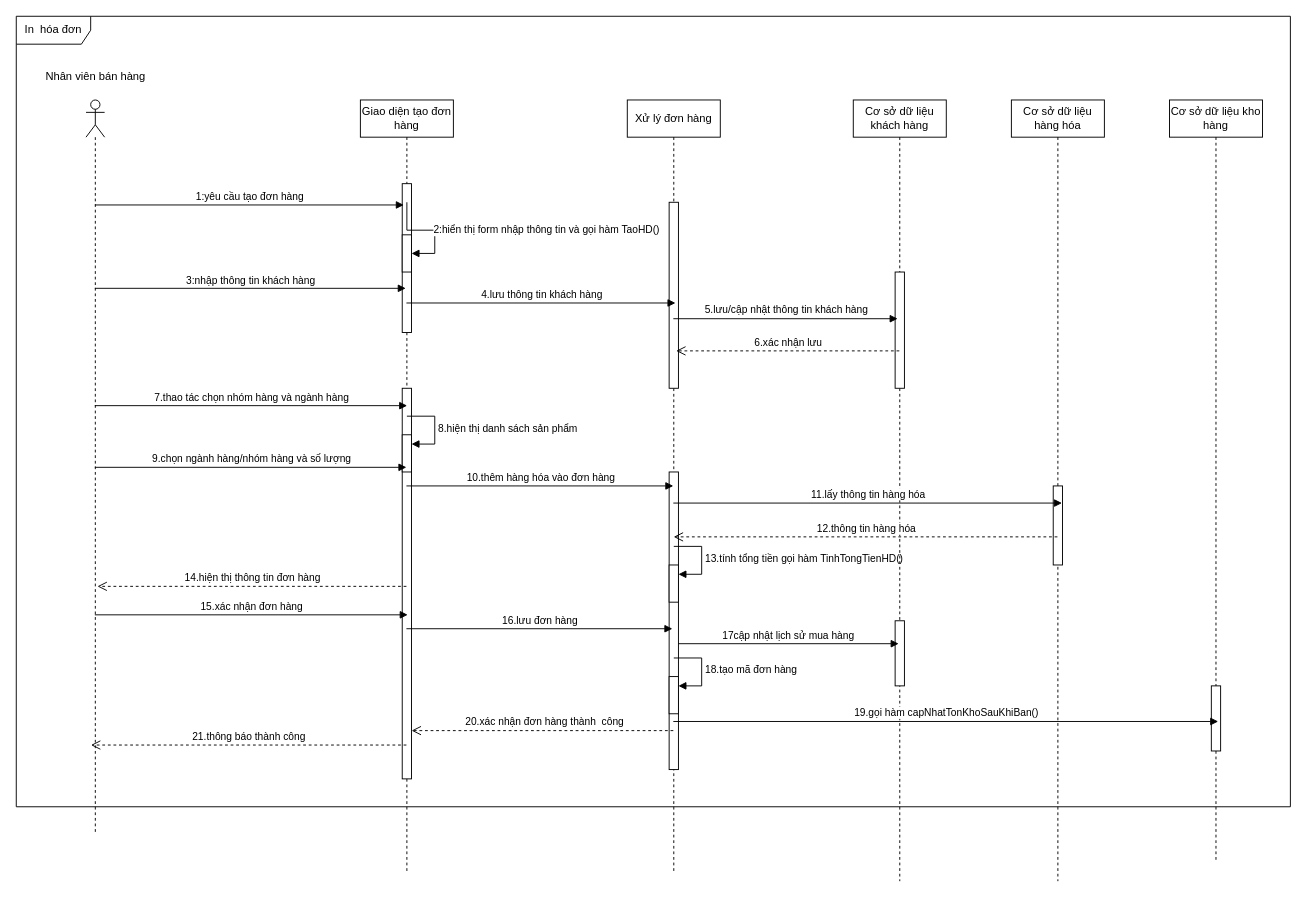
This is NVBH sequence.drawio from RomJoke/K, a draw.io file, before an edit. Source tidied: cells renumbered, new cells numbered last; positions are measured from the earlier drawing's top-left corner, leaving out a move shared by most shapes. Both pictures are drawn from the tidied source at 93%, with x=0, y=0 at pixel (16, 16).
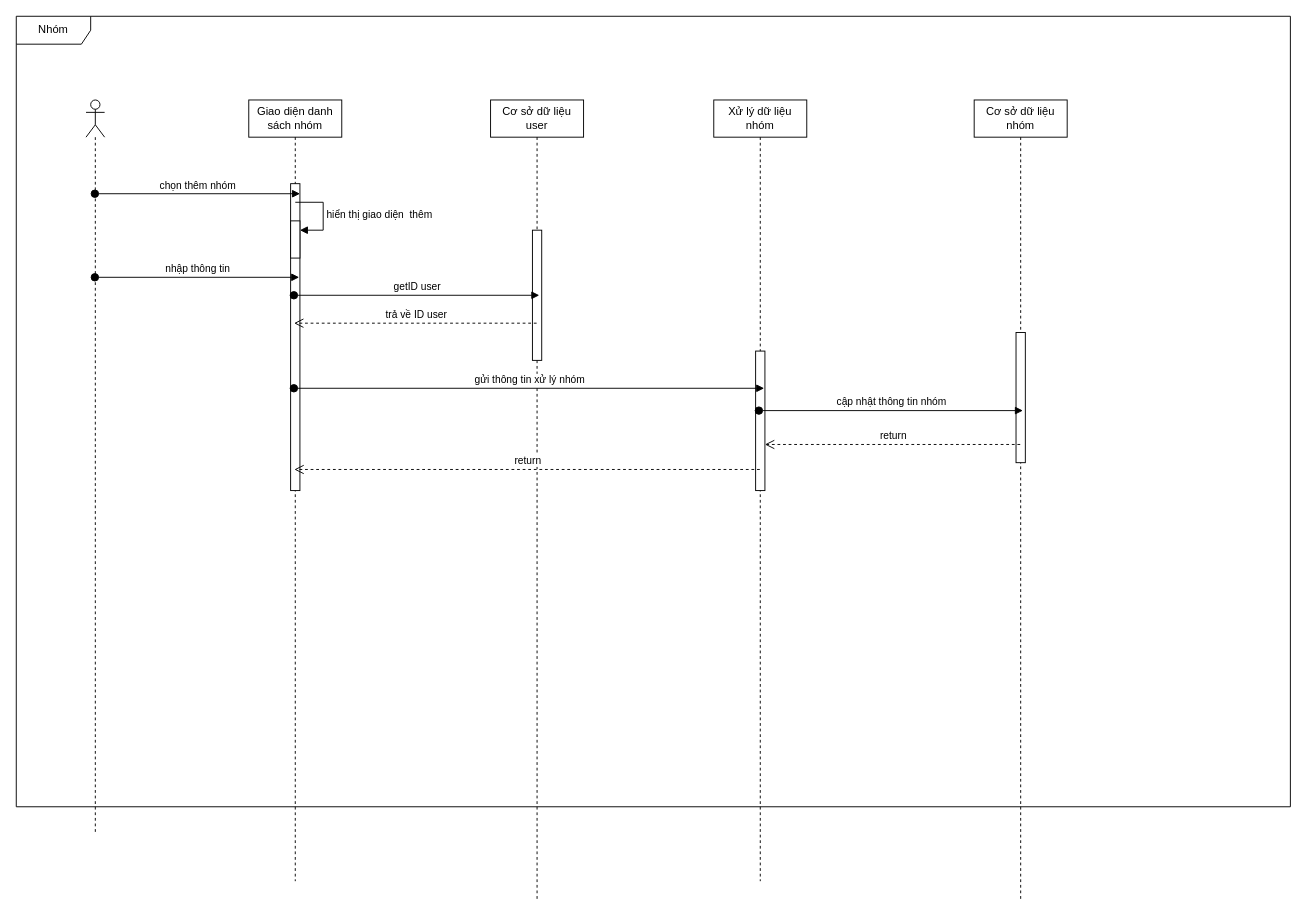
Above is the later version.

Unchanged cells that the change refers to:
```xml
<mxCell id="3" style="shape=umlLifeline;perimeter=lifelinePerimeter;whiteSpace=wrap;html=1;outlineConnect=0;portConstraint=eastwest;newEdgeStyle={&quot;curved&quot;:0,&quot;rounded&quot;:0};participant=umlActor;size=40;" parent="1" vertex="1">
  <mxGeometry x="75" y="90" width="20" height="790" as="geometry" />
</mxCell>
```

The edit, as a diff of the source:
```diff
@@
-    <mxCell id="2" value="In&amp;nbsp; hóa đơn" style="shape=umlFrame;whiteSpace=wrap;html=1;width=80;height=30;" parent="1" vertex="1">
+    <mxCell id="2" value="Nhóm" style="shape=umlFrame;whiteSpace=wrap;html=1;width=80;height=30;" parent="1" vertex="1">
       <mxGeometry width="1370" height="850" as="geometry" />
     </mxCell>
@@
-    <mxCell id="4" value="Nhân viên bán hàng" style="text;html=1;align=center;verticalAlign=middle;strokeColor=none;fillColor=none;" parent="1" vertex="1">
-      <mxGeometry x="20" y="50" width="130" height="30" as="geometry" />
-    </mxCell>
-    <mxCell id="5" value="Giao diện tạo đơn hàng" style="shape=umlLifeline;perimeter=lifelinePerimeter;whiteSpace=wrap;html=1;outlineConnect=0;portConstraint=eastwest;newEdgeStyle={&quot;curved&quot;:0,&quot;rounded&quot;:0};" parent="1" vertex="1">
-      <mxGeometry x="370" y="90" width="100" height="830" as="geometry" />
-    </mxCell>
-    <mxCell id="6" style="html=1;points=[[0,0,0,0,5],[0,1,0,0,-5],[1,0,0,0,5],[1,1,0,0,-5]];perimeter=orthogonalPerimeter;outlineConnect=0;targetShapes=umlLifeline;portConstraint=eastwest;newEdgeStyle={&quot;curved&quot;:0,&quot;rounded&quot;:0};" parent="5" vertex="1">
-      <mxGeometry x="45" y="90" width="10" height="160" as="geometry" />
-    </mxCell>
-    <mxCell id="7" style="html=1;points=[[0,0,0,0,5],[0,1,0,0,-5],[1,0,0,0,5],[1,1,0,0,-5]];perimeter=orthogonalPerimeter;outlineConnect=0;targetShapes=umlLifeline;portConstraint=eastwest;newEdgeStyle={&quot;curved&quot;:0,&quot;rounded&quot;:0};" parent="5" vertex="1">
-      <mxGeometry x="45" y="145" width="10" height="40" as="geometry" />
-    </mxCell>
-    <mxCell id="8" value="2:hiển thị form nhập thông tin và gọi hàm TaoHD()" style="html=1;align=left;spacingLeft=2;endArrow=block;rounded=0;edgeStyle=orthogonalEdgeStyle;curved=0;rounded=0;" parent="5" edge="1" target="7">
-      <mxGeometry relative="1" as="geometry">
-        <mxPoint x="50" y="110" as="sourcePoint" />
-        <Array as="points">
-          <mxPoint x="80" y="140" />
-        </Array>
-      </mxGeometry>
-    </mxCell>
-    <mxCell id="9" style="html=1;perimeter=orthogonalPerimeter;targetShapes=umlLifeline;newEdgeStyle={&quot;curved&quot;:0,&quot;rounded&quot;:0};" parent="5" vertex="1">
-      <mxGeometry x="45" y="310" width="10" height="420" as="geometry" />
-    </mxCell>
-    <mxCell id="10" style="html=1;points=[[0,0,0,0,5],[0,1,0,0,-5],[1,0,0,0,5],[1,1,0,0,-5]];perimeter=orthogonalPerimeter;outlineConnect=0;targetShapes=umlLifeline;portConstraint=eastwest;newEdgeStyle={&quot;curved&quot;:0,&quot;rounded&quot;:0};" parent="5" vertex="1">
-      <mxGeometry x="45" y="360" width="10" height="40" as="geometry" />
-    </mxCell>
-    <mxCell id="11" value="8.hiện thị danh sách sản phẩm" style="html=1;align=left;spacingLeft=2;endArrow=block;rounded=0;edgeStyle=orthogonalEdgeStyle;curved=0;rounded=0;" parent="5" edge="1" target="10">
-      <mxGeometry relative="1" as="geometry">
-        <mxPoint x="50" y="340" as="sourcePoint" />
-        <Array as="points">
-          <mxPoint x="80" y="370" />
-        </Array>
-      </mxGeometry>
-    </mxCell>
-    <mxCell id="12" value="Xử lý đơn hàng" style="shape=umlLifeline;perimeter=lifelinePerimeter;whiteSpace=wrap;html=1;outlineConnect=0;portConstraint=eastwest;newEdgeStyle={&quot;curved&quot;:0,&quot;rounded&quot;:0};" parent="1" vertex="1">
-      <mxGeometry x="657" y="90" width="100" height="830" as="geometry" />
-    </mxCell>
-    <mxCell id="13" style="html=1;points=[[0,0,0,0,5],[0,1,0,0,-5],[1,0,0,0,5],[1,1,0,0,-5]];perimeter=orthogonalPerimeter;outlineConnect=0;targetShapes=umlLifeline;portConstraint=eastwest;newEdgeStyle={&quot;curved&quot;:0,&quot;rounded&quot;:0};" parent="12" vertex="1">
-      <mxGeometry x="45" y="110" width="10" height="200" as="geometry" />
-    </mxCell>
-    <mxCell id="14" style="html=1;points=[[0,0,0,0,5],[0,1,0,0,-5],[1,0,0,0,5],[1,1,0,0,-5]];perimeter=orthogonalPerimeter;outlineConnect=0;targetShapes=umlLifeline;portConstraint=eastwest;newEdgeStyle={&quot;curved&quot;:0,&quot;rounded&quot;:0};" parent="12" vertex="1">
-      <mxGeometry x="45" y="400" width="10" height="320" as="geometry" />
-    </mxCell>
-    <mxCell id="15" style="html=1;points=[[0,0,0,0,5],[0,1,0,0,-5],[1,0,0,0,5],[1,1,0,0,-5]];perimeter=orthogonalPerimeter;outlineConnect=0;targetShapes=umlLifeline;portConstraint=eastwest;newEdgeStyle={&quot;curved&quot;:0,&quot;rounded&quot;:0};" parent="12" vertex="1">
-      <mxGeometry x="45" y="500" width="10" height="40" as="geometry" />
-    </mxCell>
-    <mxCell id="16" value="13.tính tổng tiền gọi hàm TinhTongTienHD()" style="html=1;align=left;spacingLeft=2;endArrow=block;rounded=0;edgeStyle=orthogonalEdgeStyle;curved=0;rounded=0;" parent="12" edge="1" target="15">
-      <mxGeometry x="0.01" relative="1" as="geometry">
-        <mxPoint x="50" y="480" as="sourcePoint" />
-        <Array as="points">
-          <mxPoint x="80" y="510" />
-        </Array>
-      </mxGeometry>
-    </mxCell>
-    <mxCell id="17" value="18.tạo mã đơn hàng" style="html=1;align=left;spacingLeft=2;endArrow=block;rounded=0;edgeStyle=orthogonalEdgeStyle;curved=0;rounded=0;" parent="12" edge="1" target="18">
-      <mxGeometry relative="1" as="geometry">
-        <mxPoint x="50" y="600" as="sourcePoint" />
-        <Array as="points">
-          <mxPoint x="80" y="630" />
-        </Array>
-      </mxGeometry>
-    </mxCell>
-    <mxCell id="18" style="html=1;points=[[0,0,0,0,5],[0,1,0,0,-5],[1,0,0,0,5],[1,1,0,0,-5]];perimeter=orthogonalPerimeter;outlineConnect=0;targetShapes=umlLifeline;portConstraint=eastwest;newEdgeStyle={&quot;curved&quot;:0,&quot;rounded&quot;:0};" parent="12" vertex="1">
-      <mxGeometry x="45" y="620" width="10" height="40" as="geometry" />
-    </mxCell>
-    <mxCell id="19" value="Cơ sở dữ liệu khách hàng" style="shape=umlLifeline;perimeter=lifelinePerimeter;whiteSpace=wrap;html=1;outlineConnect=0;portConstraint=eastwest;newEdgeStyle={&quot;curved&quot;:0,&quot;rounded&quot;:0};" parent="1" vertex="1">
-      <mxGeometry x="900" y="90" width="100" height="840" as="geometry" />
-    </mxCell>
-    <mxCell id="20" style="html=1;perimeter=orthogonalPerimeter;targetShapes=umlLifeline;newEdgeStyle={&quot;curved&quot;:0,&quot;rounded&quot;:0};" parent="19" vertex="1">
-      <mxGeometry x="45" y="185" width="10" height="125" as="geometry" />
-    </mxCell>
-    <mxCell id="21" style="html=1;perimeter=orthogonalPerimeter;targetShapes=umlLifeline;newEdgeStyle={&quot;curved&quot;:0,&quot;rounded&quot;:0};" parent="19" vertex="1">
-      <mxGeometry x="45" y="560" width="10" height="70" as="geometry" />
-    </mxCell>
-    <mxCell id="22" value="Cơ sở dữ liệu hàng hóa" style="shape=umlLifeline;perimeter=lifelinePerimeter;whiteSpace=wrap;html=1;outlineConnect=0;portConstraint=eastwest;newEdgeStyle={&quot;curved&quot;:0,&quot;rounded&quot;:0};" parent="1" vertex="1">
-      <mxGeometry x="1070" y="90" width="100" height="840" as="geometry" />
-    </mxCell>
-    <mxCell id="23" style="html=1;perimeter=orthogonalPerimeter;targetShapes=umlLifeline;newEdgeStyle={&quot;curved&quot;:0,&quot;rounded&quot;:0};" parent="22" vertex="1">
-      <mxGeometry x="45" y="415" width="10" height="85" as="geometry" />
-    </mxCell>
-    <mxCell id="24" value="1:yêu cầu tạo đơn hàng" style="html=1;verticalAlign=bottom;endArrow=block;curved=0;rounded=0;entryX=0.172;entryY=0.143;entryDx=0;entryDy=0;entryPerimeter=0;" parent="1" edge="1" source="3" target="6">
-      <mxGeometry relative="1" as="geometry" />
-    </mxCell>
-    <mxCell id="25" value="3:nhập thông tin khách hàng" style="html=1;verticalAlign=bottom;endArrow=block;curved=0;rounded=0;entryX=0.488;entryY=0.244;entryDx=0;entryDy=0;entryPerimeter=0;" parent="1" edge="1" source="3" target="5">
-      <mxGeometry relative="1" as="geometry" />
-    </mxCell>
-    <mxCell id="26" value="4.lưu thông tin khách hàng" style="html=1;verticalAlign=bottom;endArrow=block;curved=0;rounded=0;entryX=0.518;entryY=0.263;entryDx=0;entryDy=0;entryPerimeter=0;" parent="1" edge="1" source="5" target="12">
-      <mxGeometry relative="1" as="geometry" />
-    </mxCell>
-    <mxCell id="27" value="5.lưu/cập nhật thông tin khách hàng" style="html=1;verticalAlign=bottom;endArrow=block;curved=0;rounded=0;entryX=0.477;entryY=0.28;entryDx=0;entryDy=0;entryPerimeter=0;" parent="1" edge="1" source="12" target="19">
-      <mxGeometry relative="1" as="geometry" />
-    </mxCell>
-    <mxCell id="28" value="6.xác nhận lưu" style="html=1;verticalAlign=bottom;endArrow=open;dashed=1;endSize=8;curved=0;rounded=0;entryX=0.755;entryY=0.799;entryDx=0;entryDy=0;entryPerimeter=0;" parent="1" edge="1" source="19" target="13">
-      <mxGeometry relative="1" as="geometry" />
-    </mxCell>
-    <mxCell id="29" value="7.thao tác chọn nhóm hàng và ngành hàng" style="html=1;verticalAlign=bottom;endArrow=block;curved=0;rounded=0;entryX=0.503;entryY=0.396;entryDx=0;entryDy=0;entryPerimeter=0;" parent="1" edge="1" source="3" target="5">
-      <mxGeometry relative="1" as="geometry" />
-    </mxCell>
-    <mxCell id="30" value="9.chọn ngành hàng/nhóm hàng và số lượng" style="html=1;verticalAlign=bottom;endArrow=block;curved=0;rounded=0;" parent="1" edge="1" source="3" target="5">
-      <mxGeometry relative="1" as="geometry" />
-    </mxCell>
-    <mxCell id="31" value="10.thêm hàng hóa vào đơn hàng" style="html=1;verticalAlign=bottom;endArrow=block;curved=0;rounded=0;" parent="1" edge="1" source="5" target="12">
-      <mxGeometry relative="1" as="geometry" />
-    </mxCell>
-    <mxCell id="32" value="11.lấy thông tin hàng hóa" style="html=1;verticalAlign=bottom;endArrow=block;curved=0;rounded=0;entryX=0.544;entryY=0.516;entryDx=0;entryDy=0;entryPerimeter=0;" parent="1" edge="1" source="12" target="22">
-      <mxGeometry relative="1" as="geometry" />
-    </mxCell>
-    <mxCell id="33" value="12.thông tin hàng hóa" style="html=1;verticalAlign=bottom;endArrow=open;dashed=1;endSize=8;curved=0;rounded=0;entryX=0.499;entryY=0.566;entryDx=0;entryDy=0;entryPerimeter=0;" parent="1" edge="1" source="22" target="12">
-      <mxGeometry relative="1" as="geometry" />
-    </mxCell>
-    <mxCell id="34" value="14.hiện thị thông tin đơn hàng" style="html=1;verticalAlign=bottom;endArrow=open;dashed=1;endSize=8;curved=0;rounded=0;entryX=0.615;entryY=0.662;entryDx=0;entryDy=0;entryPerimeter=0;" parent="1" edge="1" source="5" target="3">
-      <mxGeometry relative="1" as="geometry" />
-    </mxCell>
-    <mxCell id="35" value="15.xác nhận đơn hàng" style="html=1;verticalAlign=bottom;endArrow=block;curved=0;rounded=0;entryX=0.509;entryY=0.667;entryDx=0;entryDy=0;entryPerimeter=0;" parent="1" edge="1" source="3" target="5">
-      <mxGeometry relative="1" as="geometry" />
-    </mxCell>
-    <mxCell id="36" value="16.lưu đơn hàng" style="html=1;verticalAlign=bottom;endArrow=block;curved=0;rounded=0;entryX=0.485;entryY=0.685;entryDx=0;entryDy=0;entryPerimeter=0;" parent="1" edge="1" source="5" target="12">
-      <mxGeometry relative="1" as="geometry" />
-    </mxCell>
-    <mxCell id="37" value="17cập nhật lịch sử mua hàng" style="html=1;verticalAlign=bottom;endArrow=block;curved=0;rounded=0;entryX=0.488;entryY=0.696;entryDx=0;entryDy=0;entryPerimeter=0;" parent="1" edge="1" source="14" target="19">
-      <mxGeometry relative="1" as="geometry" />
-    </mxCell>
-    <mxCell id="38" value="20.xác nhận đơn hàng thành&amp;nbsp; công" style="html=1;verticalAlign=bottom;endArrow=open;dashed=1;endSize=8;curved=0;rounded=0;entryX=0.551;entryY=0.817;entryDx=0;entryDy=0;entryPerimeter=0;" parent="1" edge="1" source="12" target="5">
-      <mxGeometry x="-0.01" relative="1" as="geometry" />
-    </mxCell>
-    <mxCell id="39" value="21.thông báo thành công" style="html=1;verticalAlign=bottom;endArrow=open;dashed=1;endSize=8;curved=0;rounded=0;entryX=0.266;entryY=0.878;entryDx=0;entryDy=0;entryPerimeter=0;" parent="1" edge="1" source="5" target="3">
-      <mxGeometry relative="1" as="geometry" />
-    </mxCell>
-    <mxCell id="40" value="Cơ sở dữ liệu kho hàng" style="shape=umlLifeline;perimeter=lifelinePerimeter;whiteSpace=wrap;html=1;outlineConnect=0;portConstraint=eastwest;newEdgeStyle={&quot;curved&quot;:0,&quot;rounded&quot;:0};size=40;" parent="1" vertex="1">
-      <mxGeometry x="1240" y="90" width="100" height="820" as="geometry" />
-    </mxCell>
-    <mxCell id="41" style="html=1;perimeter=orthogonalPerimeter;targetShapes=umlLifeline;newEdgeStyle={&quot;curved&quot;:0,&quot;rounded&quot;:0};" parent="40" vertex="1">
-      <mxGeometry x="45" y="630" width="10" height="70" as="geometry" />
-    </mxCell>
-    <mxCell id="42" value="19.gọi hàm capNhatTonKhoSauKhiBan()" style="html=1;verticalAlign=bottom;endArrow=block;curved=0;rounded=0;entryX=0.524;entryY=0.815;entryDx=0;entryDy=0;entryPerimeter=0;" parent="1" edge="1" source="12" target="40">
-      <mxGeometry relative="1" as="geometry" />
-    </mxCell>
+    <mxCell id="43" value="Giao diện danh sách nhóm" style="shape=umlLifeline;perimeter=lifelinePerimeter;whiteSpace=wrap;html=1;outlineConnect=0;portConstraint=eastwest;newEdgeStyle={&quot;curved&quot;:0,&quot;rounded&quot;:0};" parent="1" vertex="1">
+      <mxGeometry x="250" y="90" width="100" height="840" as="geometry" />
+    </mxCell>
+    <mxCell id="44" style="html=1;perimeter=orthogonalPerimeter;targetShapes=umlLifeline;newEdgeStyle={&quot;curved&quot;:0,&quot;rounded&quot;:0};" parent="43" vertex="1">
+      <mxGeometry x="45" y="90" width="10" height="330" as="geometry" />
+    </mxCell>
+    <mxCell id="45" style="html=1;points=[[0,0,0,0,5],[0,1,0,0,-5],[1,0,0,0,5],[1,1,0,0,-5]];perimeter=orthogonalPerimeter;outlineConnect=0;targetShapes=umlLifeline;portConstraint=eastwest;newEdgeStyle={&quot;curved&quot;:0,&quot;rounded&quot;:0};" parent="43" vertex="1">
+      <mxGeometry x="45" y="130" width="10" height="40" as="geometry" />
+    </mxCell>
+    <mxCell id="46" value="hiển thị giao diện&amp;nbsp; thêm" style="html=1;align=left;spacingLeft=2;endArrow=block;rounded=0;edgeStyle=orthogonalEdgeStyle;curved=0;rounded=0;" parent="43" edge="1" target="45">
+      <mxGeometry relative="1" as="geometry">
+        <mxPoint x="50" y="110" as="sourcePoint" />
+        <Array as="points">
+          <mxPoint x="80" y="140" />
+        </Array>
+      </mxGeometry>
+    </mxCell>
+    <mxCell id="47" value="Cơ sở dữ liệu user" style="shape=umlLifeline;perimeter=lifelinePerimeter;whiteSpace=wrap;html=1;newEdgeStyle={&quot;curved&quot;:0,&quot;rounded&quot;:0};" parent="1" vertex="1">
+      <mxGeometry x="510" y="90" width="100" height="860" as="geometry" />
+    </mxCell>
+    <mxCell id="48" style="html=1;perimeter=orthogonalPerimeter;targetShapes=umlLifeline;newEdgeStyle={&quot;curved&quot;:0,&quot;rounded&quot;:0};" parent="47" vertex="1">
+      <mxGeometry x="45" y="140" width="10" height="140" as="geometry" />
+    </mxCell>
+    <mxCell id="49" value="Xử lý dữ liệu nhóm" style="shape=umlLifeline;perimeter=lifelinePerimeter;whiteSpace=wrap;html=1;outlineConnect=0;portConstraint=eastwest;newEdgeStyle={&quot;curved&quot;:0,&quot;rounded&quot;:0};" parent="1" vertex="1">
+      <mxGeometry x="750" y="90" width="100" height="840" as="geometry" />
+    </mxCell>
+    <mxCell id="50" style="html=1;perimeter=orthogonalPerimeter;targetShapes=umlLifeline;newEdgeStyle={&quot;curved&quot;:0,&quot;rounded&quot;:0};" parent="49" vertex="1">
+      <mxGeometry x="45" y="270" width="10" height="150" as="geometry" />
+    </mxCell>
+    <mxCell id="51" value="Cơ sở dữ liệu nhóm" style="shape=umlLifeline;perimeter=lifelinePerimeter;whiteSpace=wrap;html=1;outlineConnect=0;portConstraint=eastwest;newEdgeStyle={&quot;curved&quot;:0,&quot;rounded&quot;:0};" parent="1" vertex="1">
+      <mxGeometry x="1030" y="90" width="100" height="860" as="geometry" />
+    </mxCell>
+    <mxCell id="52" style="html=1;perimeter=orthogonalPerimeter;targetShapes=umlLifeline;newEdgeStyle={&quot;curved&quot;:0,&quot;rounded&quot;:0};" parent="51" vertex="1">
+      <mxGeometry x="45" y="250" width="10" height="140" as="geometry" />
+    </mxCell>
+    <mxCell id="53" value="chọn thêm nhóm" style="html=1;verticalAlign=bottom;startArrow=oval;startFill=1;endArrow=block;startSize=8;curved=0;rounded=0;entryX=0.551;entryY=0.12;entryDx=0;entryDy=0;entryPerimeter=0;" parent="1" edge="1" source="3" target="43">
+      <mxGeometry relative="1" as="geometry" />
+    </mxCell>
+    <mxCell id="54" value="getID user" style="html=1;verticalAlign=bottom;startArrow=oval;startFill=1;endArrow=block;startSize=8;curved=0;rounded=0;entryX=0.524;entryY=0.217;entryDx=0;entryDy=0;entryPerimeter=0;" parent="1" edge="1">
+      <mxGeometry relative="1" as="geometry">
+        <mxPoint x="298.5" y="300" as="sourcePoint" />
+        <mxPoint x="562.4" y="300" as="targetPoint" />
+      </mxGeometry>
+    </mxCell>
+    <mxCell id="55" value="trả về ID user" style="html=1;verticalAlign=bottom;endArrow=open;dashed=1;endSize=8;curved=0;rounded=0;entryX=0.487;entryY=0.269;entryDx=0;entryDy=0;entryPerimeter=0;" parent="1" edge="1">
+      <mxGeometry relative="1" as="geometry">
+        <mxPoint x="559.5" y="330" as="sourcePoint" />
+        <mxPoint x="298.7" y="330" as="targetPoint" />
+      </mxGeometry>
+    </mxCell>
+    <mxCell id="56" value="gửi thông tin xử lý nhóm" style="html=1;verticalAlign=bottom;startArrow=oval;startFill=1;endArrow=block;startSize=8;curved=0;rounded=0;entryX=0.542;entryY=0.334;entryDx=0;entryDy=0;entryPerimeter=0;" parent="1" edge="1">
+      <mxGeometry relative="1" as="geometry">
+        <mxPoint x="298.5" y="400" as="sourcePoint" />
+        <mxPoint x="804.2" y="400" as="targetPoint" />
+      </mxGeometry>
+    </mxCell>
+    <mxCell id="57" value="cập nhật thông tin nhóm" style="html=1;verticalAlign=bottom;startArrow=oval;startFill=1;endArrow=block;startSize=8;curved=0;rounded=0;entryX=0.524;entryY=0.353;entryDx=0;entryDy=0;entryPerimeter=0;" parent="1" edge="1">
+      <mxGeometry relative="1" as="geometry">
+        <mxPoint x="798.5" y="424" as="sourcePoint" />
+        <mxPoint x="1082.4" y="424" as="targetPoint" />
+      </mxGeometry>
+    </mxCell>
+    <mxCell id="58" value="nhập thông tin" style="html=1;verticalAlign=bottom;startArrow=oval;startFill=1;endArrow=block;startSize=8;curved=0;rounded=0;entryX=0.542;entryY=0.227;entryDx=0;entryDy=0;entryPerimeter=0;" parent="1" edge="1" source="3" target="43">
+      <mxGeometry relative="1" as="geometry" />
+    </mxCell>
+    <mxCell id="59" value="return" style="html=1;verticalAlign=bottom;endArrow=open;dashed=1;endSize=8;curved=0;rounded=0;entryX=0.55;entryY=0.441;entryDx=0;entryDy=0;entryPerimeter=0;" parent="1" edge="1" source="51" target="49">
+      <mxGeometry relative="1" as="geometry" />
+    </mxCell>
+    <mxCell id="60" value="return" style="html=1;verticalAlign=bottom;endArrow=open;dashed=1;endSize=8;curved=0;rounded=0;entryX=0.49;entryY=0.473;entryDx=0;entryDy=0;entryPerimeter=0;" parent="1" edge="1" source="49" target="43">
+      <mxGeometry relative="1" as="geometry" />
+    </mxCell>
```
